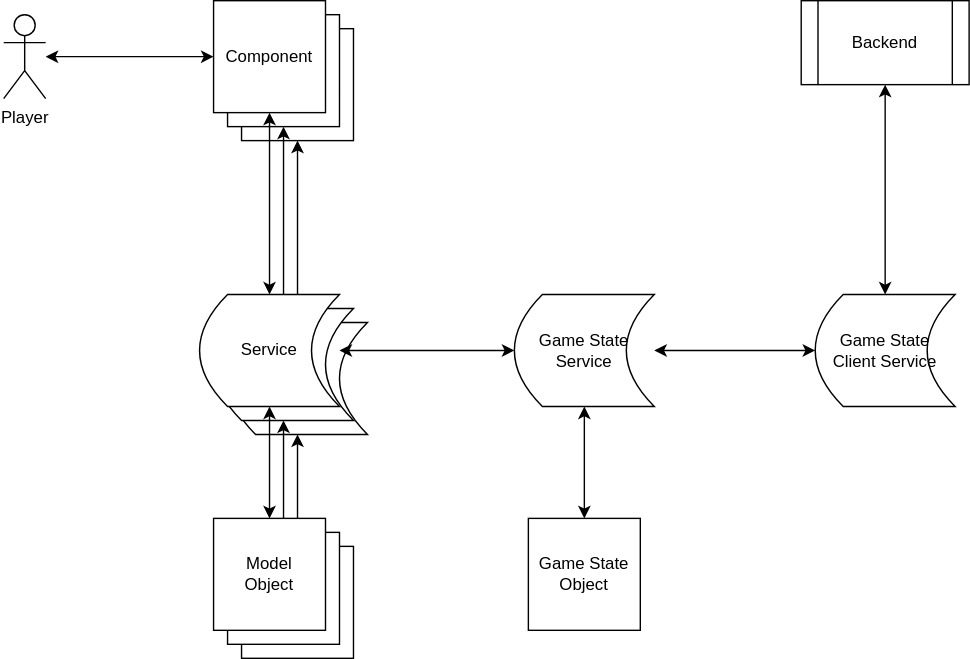
Earlier version of the draw.io export docs/img/game-state-detailed-flow.drawio.svg (nimbusscale/dominant-species). Source tidied: cells renumbered, new cells last; positions are measured from the earlier drawing's top-left corner, leaving out a move shared by most shapes.
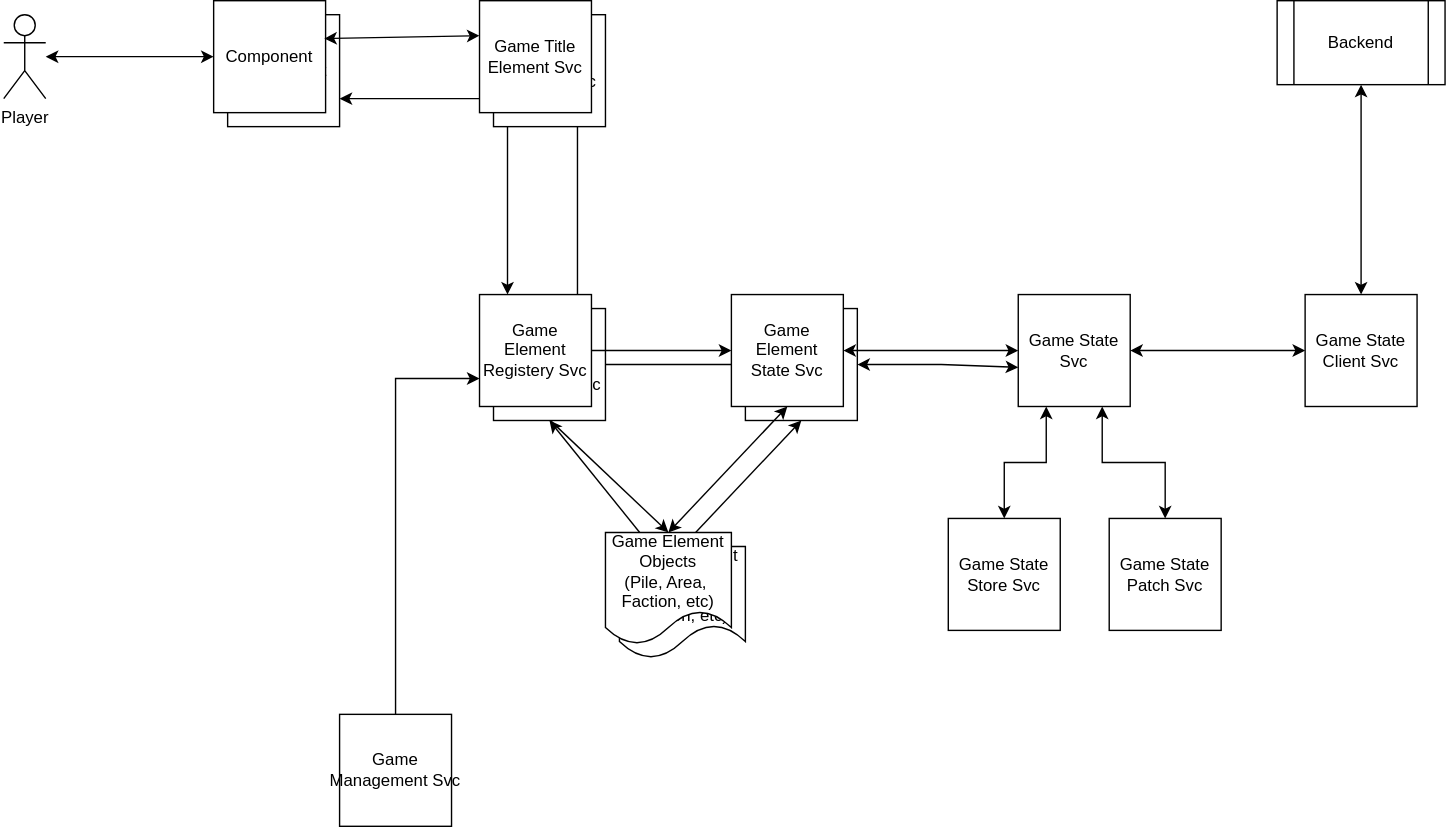
The same diagram one commit later.

The edit, as a diff of the source:
```diff
@@ -2,92 +2,123 @@
   <root>
     <mxCell id="0" />
     <mxCell id="1" parent="0" />
-    <mxCell id="2" value="Model&lt;div&gt;Object&lt;/div&gt;" style="whiteSpace=wrap;html=1;" parent="1" vertex="1">
-      <mxGeometry x="170" y="390" width="80" height="80" as="geometry" />
-    </mxCell>
-    <mxCell id="3" value="Service" style="shape=dataStorage;whiteSpace=wrap;html=1;fixedSize=1;" parent="1" vertex="1">
-      <mxGeometry x="160" y="230" width="100" height="80" as="geometry" />
-    </mxCell>
-    <mxCell id="4" value="Component" style="whiteSpace=wrap;html=1;" parent="1" vertex="1">
-      <mxGeometry x="170" y="20" width="80" height="80" as="geometry" />
-    </mxCell>
     <mxCell id="5" value="Player" style="shape=umlActor;verticalLabelPosition=bottom;verticalAlign=top;html=1;outlineConnect=0;" parent="1" vertex="1">
-      <mxGeometry y="10" width="30" height="60" as="geometry" />
+      <mxGeometry x="-280" y="10" width="30" height="60" as="geometry" />
     </mxCell>
-    <mxCell id="6" value="Game State&lt;div&gt;Object&lt;/div&gt;" style="whiteSpace=wrap;html=1;" parent="1" vertex="1">
-      <mxGeometry x="375" y="370" width="80" height="80" as="geometry" />
+    <mxCell id="6" value="Game State&lt;div&gt;Store Svc&lt;/div&gt;" style="whiteSpace=wrap;html=1;" parent="1" vertex="1">
+      <mxGeometry x="395" y="370" width="80" height="80" as="geometry" />
     </mxCell>
-    <mxCell id="7" value="Game State&lt;div&gt;Service&lt;/div&gt;" style="shape=dataStorage;whiteSpace=wrap;html=1;fixedSize=1;" parent="1" vertex="1">
-      <mxGeometry x="365" y="210" width="100" height="80" as="geometry" />
-    </mxCell>
-    <mxCell id="8" value="Game State&lt;div&gt;Client Service&lt;/div&gt;" style="shape=dataStorage;whiteSpace=wrap;html=1;fixedSize=1;" parent="1" vertex="1">
-      <mxGeometry x="580" y="210" width="100" height="80" as="geometry" />
-    </mxCell>
     <mxCell id="9" value="Backend" style="shape=process;whiteSpace=wrap;html=1;backgroundOutline=1;" parent="1" vertex="1">
-      <mxGeometry x="570" width="120" height="60" as="geometry" />
+      <mxGeometry x="630" width="120" height="60" as="geometry" />
     </mxCell>
-    <mxCell id="10" style="endArrow=classic;startArrow=classic;html=1;rounded=0;entryX=0;entryY=0.5;entryDx=0;entryDy=0;" parent="1" edge="1" source="5" target="16">
-      <mxGeometry relative="1" as="geometry" />
+    <mxCell id="10" style="endArrow=classic;startArrow=classic;html=1;rounded=0;entryX=0;entryY=0.5;entryDx=0;entryDy=0;" parent="1" edge="1" source="5">
+      <mxGeometry relative="1" as="geometry">
+        <mxPoint x="-130" y="40" as="targetPoint" />
+      </mxGeometry>
     </mxCell>
-    <mxCell id="11" style="endArrow=classic;startArrow=classic;html=1;rounded=0;entryX=1;entryY=0.5;entryDx=0;entryDy=0;exitX=0;exitY=0.5;exitDx=0;exitDy=0;" parent="1" edge="1" source="7" target="21">
-      <mxGeometry relative="1" as="geometry" />
-    </mxCell>
-    <mxCell id="12" value="Component" style="whiteSpace=wrap;html=1;" parent="1" vertex="1">
-      <mxGeometry x="160" y="10" width="80" height="80" as="geometry" />
-    </mxCell>
-    <mxCell id="13" style="endArrow=classic;startArrow=classic;html=1;rounded=0;entryX=0.5;entryY=1;entryDx=0;entryDy=0;exitX=0.5;exitY=0;exitDx=0;exitDy=0;" parent="1" edge="1" source="6" target="7">
-      <mxGeometry relative="1" as="geometry" />
-    </mxCell>
-    <mxCell id="14" style="endArrow=classic;startArrow=classic;html=1;rounded=0;exitX=1;exitY=0.5;exitDx=0;exitDy=0;entryX=0;entryY=0.5;entryDx=0;entryDy=0;" parent="1" edge="1" source="7" target="8">
+    <mxCell id="14" style="endArrow=classic;startArrow=classic;html=1;rounded=0;exitX=1;exitY=0.5;exitDx=0;exitDy=0;entryX=0;entryY=0.5;entryDx=0;entryDy=0;" parent="1" edge="1" source="28" target="31">
       <mxGeometry relative="1" as="geometry" />
     </mxCell>
-    <mxCell id="15" style="endArrow=classic;startArrow=classic;html=1;rounded=0;exitX=0.5;exitY=0;exitDx=0;exitDy=0;entryX=0.5;entryY=1;entryDx=0;entryDy=0;" parent="1" edge="1" source="8" target="9">
+    <mxCell id="15" style="endArrow=classic;startArrow=classic;html=1;rounded=0;exitX=0.5;exitY=0;exitDx=0;exitDy=0;entryX=0.5;entryY=1;entryDx=0;entryDy=0;" parent="1" edge="1" source="31" target="9">
       <mxGeometry relative="1" as="geometry" />
     </mxCell>
-    <mxCell id="16" value="Component" style="whiteSpace=wrap;html=1;" parent="1" vertex="1">
-      <mxGeometry x="150" width="80" height="80" as="geometry" />
-    </mxCell>
-    <mxCell id="17" value="Service" style="shape=dataStorage;whiteSpace=wrap;html=1;fixedSize=1;" parent="1" vertex="1">
-      <mxGeometry x="150" y="220" width="100" height="80" as="geometry" />
-    </mxCell>
-    <mxCell id="18" value="Model&lt;div&gt;Object&lt;/div&gt;" style="whiteSpace=wrap;html=1;" parent="1" vertex="1">
-      <mxGeometry x="160" y="380" width="80" height="80" as="geometry" />
-    </mxCell>
-    <mxCell id="19" style="endArrow=classic;startArrow=classic;html=1;rounded=0;entryX=0.5;entryY=1;entryDx=0;entryDy=0;exitX=0.5;exitY=0;exitDx=0;exitDy=0;" parent="1" edge="1">
-      <mxGeometry relative="1" as="geometry">
-        <mxPoint x="200" y="220" as="sourcePoint" />
-        <mxPoint x="200" y="90" as="targetPoint" />
-      </mxGeometry>
-    </mxCell>
-    <mxCell id="20" style="endArrow=classic;startArrow=classic;html=1;rounded=0;entryX=0.5;entryY=1;entryDx=0;entryDy=0;exitX=0.5;exitY=0;exitDx=0;exitDy=0;" parent="1" edge="1">
-      <mxGeometry relative="1" as="geometry">
-        <mxPoint x="210" y="230" as="sourcePoint" />
-        <mxPoint x="210" y="100" as="targetPoint" />
-      </mxGeometry>
-    </mxCell>
-    <mxCell id="21" value="Service" style="shape=dataStorage;whiteSpace=wrap;html=1;fixedSize=1;" parent="1" vertex="1">
-      <mxGeometry x="140" y="210" width="100" height="80" as="geometry" />
-    </mxCell>
-    <mxCell id="22" style="endArrow=classic;startArrow=classic;html=1;rounded=0;entryX=0.5;entryY=1;entryDx=0;entryDy=0;exitX=0.5;exitY=0;exitDx=0;exitDy=0;" parent="1" edge="1" source="26" target="21">
-      <mxGeometry relative="1" as="geometry" />
-    </mxCell>
-    <mxCell id="23" style="endArrow=classic;startArrow=classic;html=1;rounded=0;entryX=0.5;entryY=1;entryDx=0;entryDy=0;exitX=0.5;exitY=0;exitDx=0;exitDy=0;" parent="1" edge="1" source="21" target="16">
-      <mxGeometry relative="1" as="geometry" />
-    </mxCell>
-    <mxCell id="24" style="endArrow=classic;startArrow=classic;html=1;rounded=0;entryX=0.5;entryY=1;entryDx=0;entryDy=0;exitX=0.5;exitY=0;exitDx=0;exitDy=0;" parent="1" edge="1">
-      <mxGeometry relative="1" as="geometry">
-        <mxPoint x="200" y="380" as="sourcePoint" />
-        <mxPoint x="200" y="300" as="targetPoint" />
-      </mxGeometry>
-    </mxCell>
-    <mxCell id="25" style="endArrow=classic;startArrow=classic;html=1;rounded=0;entryX=0.5;entryY=1;entryDx=0;entryDy=0;exitX=0.5;exitY=0;exitDx=0;exitDy=0;" parent="1" edge="1">
-      <mxGeometry relative="1" as="geometry">
-        <mxPoint x="210" y="390" as="sourcePoint" />
-        <mxPoint x="210" y="310" as="targetPoint" />
-      </mxGeometry>
-    </mxCell>
-    <mxCell id="26" value="Model&lt;div&gt;Object&lt;/div&gt;" style="whiteSpace=wrap;html=1;" parent="1" vertex="1">
-      <mxGeometry x="150" y="370" width="80" height="80" as="geometry" />
-    </mxCell>
+    <mxCell id="27" style="edgeStyle=orthogonalEdgeStyle;rounded=0;jettySize=auto;html=1;exitX=0.75;exitY=1;exitDx=0;exitDy=0;startArrow=classic;startFill=1;" parent="1" edge="1" source="28" target="29">
+      <mxGeometry relative="1" as="geometry" />
+    </mxCell>
+    <mxCell id="28" value="Game State&lt;div&gt;Svc&lt;/div&gt;" style="whiteSpace=wrap;html=1;" parent="1" vertex="1">
+      <mxGeometry x="445" y="210" width="80" height="80" as="geometry" />
+    </mxCell>
+    <mxCell id="29" value="Game State&lt;div&gt;Patch Svc&lt;/div&gt;" style="whiteSpace=wrap;html=1;" parent="1" vertex="1">
+      <mxGeometry x="510" y="370" width="80" height="80" as="geometry" />
+    </mxCell>
+    <mxCell id="30" style="edgeStyle=orthogonalEdgeStyle;rounded=0;jettySize=auto;html=1;exitX=0.25;exitY=1;exitDx=0;exitDy=0;entryX=0.5;entryY=0;entryDx=0;entryDy=0;startArrow=classic;startFill=1;" parent="1" edge="1" source="28" target="6">
+      <mxGeometry relative="1" as="geometry" />
+    </mxCell>
+    <mxCell id="31" value="Game State&lt;div&gt;Client Svc&lt;/div&gt;" style="whiteSpace=wrap;html=1;" parent="1" vertex="1">
+      <mxGeometry x="650" y="210" width="80" height="80" as="geometry" />
+    </mxCell>
+    <mxCell id="32" value="Game Element&lt;div&gt;State Svc&lt;/div&gt;" style="whiteSpace=wrap;html=1;" parent="1" vertex="1">
+      <mxGeometry x="250" y="220" width="80" height="80" as="geometry" />
+    </mxCell>
+    <mxCell id="11" style="endArrow=classic;startArrow=classic;html=1;rounded=0;entryX=1;entryY=0.5;entryDx=0;entryDy=0;exitX=0;exitY=0.5;exitDx=0;exitDy=0;" parent="1" edge="1" source="28" target="36">
+      <mxGeometry relative="1" as="geometry">
+        <Array as="points">
+          <mxPoint x="380" y="250" />
+        </Array>
+      </mxGeometry>
+    </mxCell>
+    <mxCell id="33" style="endArrow=classic;startArrow=classic;html=1;rounded=0;entryX=1;entryY=0.5;entryDx=0;entryDy=0;exitX=0;exitY=0.65;exitDx=0;exitDy=0;exitPerimeter=0;" parent="1" edge="1" source="28">
+      <mxGeometry relative="1" as="geometry">
+        <mxPoint x="330" y="260" as="targetPoint" />
+        <Array as="points">
+          <mxPoint x="390" y="260" />
+        </Array>
+      </mxGeometry>
+    </mxCell>
+    <mxCell id="34" style="edgeStyle=orthogonalEdgeStyle;rounded=0;jettySize=auto;html=1;exitX=1;exitY=0.5;exitDx=0;exitDy=0;entryX=0;entryY=0.5;entryDx=0;entryDy=0;" parent="1" edge="1" source="45" target="32">
+      <mxGeometry relative="1" as="geometry" />
+    </mxCell>
+    <mxCell id="35" style="edgeStyle=none;rounded=0;jettySize=auto;html=1;exitX=0.5;exitY=1;exitDx=0;exitDy=0;entryX=0.5;entryY=0;entryDx=0;entryDy=0;startArrow=classic;startFill=1;" parent="1" edge="1" source="36" target="41">
+      <mxGeometry relative="1" as="geometry" />
+    </mxCell>
+    <mxCell id="36" value="Game Element&lt;div&gt;State Svc&lt;/div&gt;" style="whiteSpace=wrap;html=1;" parent="1" vertex="1">
+      <mxGeometry x="240" y="210" width="80" height="80" as="geometry" />
+    </mxCell>
+    <mxCell id="37" style="edgeStyle=none;rounded=0;jettySize=auto;html=1;exitX=0.5;exitY=1;exitDx=0;exitDy=0;entryX=0.5;entryY=0;entryDx=0;entryDy=0;startArrow=classic;startFill=1;" parent="1" edge="1" source="32" target="39">
+      <mxGeometry relative="1" as="geometry" />
+    </mxCell>
+    <mxCell id="38" style="edgeStyle=none;rounded=0;jettySize=auto;html=1;exitX=0.5;exitY=1;exitDx=0;exitDy=0;entryX=0.25;entryY=0;entryDx=0;entryDy=0;startArrow=classic;startFill=1;" parent="1" edge="1" source="45" target="39">
+      <mxGeometry relative="1" as="geometry" />
+    </mxCell>
+    <mxCell id="39" value="Game Element&lt;div&gt;Objects&lt;/div&gt;&lt;div&gt;(Pile, Area,&amp;nbsp;&lt;/div&gt;&lt;div&gt;Faction, etc)&lt;/div&gt;" style="shape=document;whiteSpace=wrap;html=1;boundedLbl=1;" parent="1" vertex="1">
+      <mxGeometry x="160" y="390" width="90" height="80" as="geometry" />
+    </mxCell>
+    <mxCell id="40" style="edgeStyle=none;rounded=0;jettySize=auto;html=1;exitX=0.5;exitY=1;exitDx=0;exitDy=0;entryX=0.5;entryY=0;entryDx=0;entryDy=0;startArrow=classic;startFill=1;" parent="1" edge="1" source="49" target="41">
+      <mxGeometry relative="1" as="geometry" />
+    </mxCell>
+    <mxCell id="41" value="Game Element&lt;div&gt;Objects&lt;/div&gt;&lt;div&gt;(Pile, Area,&amp;nbsp;&lt;/div&gt;&lt;div&gt;Faction, etc)&lt;/div&gt;" style="shape=document;whiteSpace=wrap;html=1;boundedLbl=1;" parent="1" vertex="1">
+      <mxGeometry x="150" y="380" width="90" height="80" as="geometry" />
+    </mxCell>
+    <mxCell id="42" style="edgeStyle=orthogonalEdgeStyle;rounded=0;jettySize=auto;html=1;exitX=0.5;exitY=0;exitDx=0;exitDy=0;entryX=0;entryY=0.75;entryDx=0;entryDy=0;" parent="1" edge="1" source="43" target="49">
+      <mxGeometry relative="1" as="geometry" />
+    </mxCell>
+    <mxCell id="43" value="Game Management&lt;span style=&quot;background-color: initial;&quot;&gt;&amp;nbsp;Svc&lt;/span&gt;" style="whiteSpace=wrap;html=1;" parent="1" vertex="1">
+      <mxGeometry x="-40" y="510" width="80" height="80" as="geometry" />
+    </mxCell>
+    <mxCell id="44" style="rounded=0;jettySize=auto;html=1;exitX=0.25;exitY=1;exitDx=0;exitDy=0;entryX=0.25;entryY=0;entryDx=0;entryDy=0;" parent="1" edge="1" source="53" target="49">
+      <mxGeometry relative="1" as="geometry" />
+    </mxCell>
+    <mxCell id="45" value="Game Element&lt;div&gt;Registery Svc&lt;/div&gt;" style="whiteSpace=wrap;html=1;" parent="1" vertex="1">
+      <mxGeometry x="70" y="220" width="80" height="80" as="geometry" />
+    </mxCell>
+    <mxCell id="46" style="edgeStyle=orthogonalEdgeStyle;rounded=0;jettySize=auto;html=1;exitX=0.75;exitY=1;exitDx=0;exitDy=0;entryX=0.75;entryY=0;entryDx=0;entryDy=0;" parent="1" edge="1" source="52" target="45">
+      <mxGeometry relative="1" as="geometry" />
+    </mxCell>
+    <mxCell id="47" value="Component" style="whiteSpace=wrap;html=1;" parent="1" vertex="1">
+      <mxGeometry x="-120" y="10" width="80" height="80" as="geometry" />
+    </mxCell>
+    <mxCell id="48" value="Component" style="whiteSpace=wrap;html=1;" parent="1" vertex="1">
+      <mxGeometry x="-130" width="80" height="80" as="geometry" />
+    </mxCell>
+    <mxCell id="49" value="Game Element&lt;div&gt;Registery Svc&lt;/div&gt;" style="whiteSpace=wrap;html=1;" parent="1" vertex="1">
+      <mxGeometry x="60" y="210" width="80" height="80" as="geometry" />
+    </mxCell>
+    <mxCell id="50" style="endArrow=classic;startArrow=classic;html=1;rounded=0;entryX=0;entryY=0.25;entryDx=0;entryDy=0;exitX=0.988;exitY=0.338;exitDx=0;exitDy=0;exitPerimeter=0;" parent="1" edge="1" source="48">
+      <mxGeometry relative="1" as="geometry">
+        <mxPoint x="60" y="25" as="targetPoint" />
+      </mxGeometry>
+    </mxCell>
+    <mxCell id="51" style="endArrow=classic;startArrow=classic;html=1;rounded=0;entryX=0;entryY=0.75;entryDx=0;entryDy=0;exitX=1;exitY=0.75;exitDx=0;exitDy=0;" parent="1" edge="1" source="47" target="52">
+      <mxGeometry relative="1" as="geometry" />
+    </mxCell>
+    <mxCell id="52" value="Game Title&lt;div&gt;Element Svc&lt;/div&gt;" style="whiteSpace=wrap;html=1;" parent="1" vertex="1">
+      <mxGeometry x="70" y="10" width="80" height="80" as="geometry" />
+    </mxCell>
+    <mxCell id="53" value="Game Title&lt;div&gt;Element Svc&lt;/div&gt;" style="whiteSpace=wrap;html=1;" parent="1" vertex="1">
+      <mxGeometry x="60" width="80" height="80" as="geometry" />
+    </mxCell>
+    <mxCell id="54" style="edgeStyle=orthogonalEdgeStyle;rounded=0;jettySize=auto;html=1;exitX=1;exitY=0.5;exitDx=0;exitDy=0;entryX=0;entryY=0.5;entryDx=0;entryDy=0;" parent="1" edge="1" source="49" target="36">
+      <mxGeometry relative="1" as="geometry" />
+    </mxCell>
   </root>
 </mxGraphModel>
```
